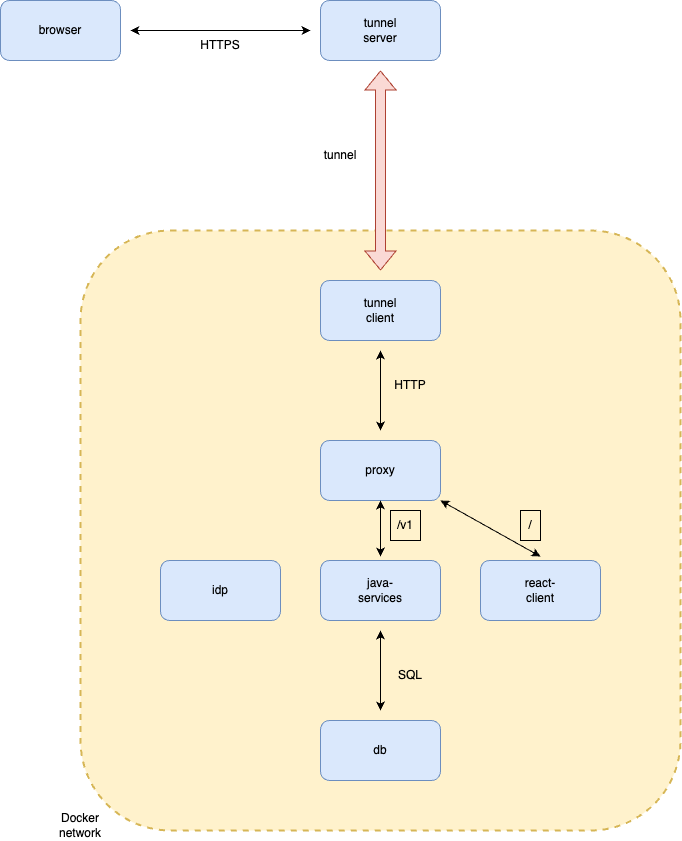
This is deploy/passkey-workshop.png from YubicoLabs/passkey-workshop, a draw.io export, as it was before one commit. Source tidied: cells renumbered, new cells last; positions are measured from the earlier drawing's top-left corner, leaving out a move shared by most shapes. Source of this version:
```xml
<mxGraphModel>
  <root>
    <mxCell id="0" />
    <mxCell id="1" parent="0" />
    <mxCell id="2" style="rounded=1;whiteSpace=wrap;html=1;fillColor=#fff2cc;direction=east;glass=0;shadow=0;dashed=1;strokeWidth=2;strokeColor=#d6b656;" parent="1" vertex="1">
      <mxGeometry x="80" y="230" width="600" height="600" as="geometry" />
    </mxCell>
    <mxCell id="3" style="rounded=1;whiteSpace=wrap;html=1;fillColor=#dae8fc;strokeColor=#6c8ebf;" parent="1" vertex="1">
      <mxGeometry x="160" y="560" width="120" height="60" as="geometry" />
    </mxCell>
    <mxCell id="4" value="idp" style="text;html=1;strokeColor=none;fillColor=none;align=center;verticalAlign=middle;whiteSpace=wrap;rounded=0;" parent="1" vertex="1">
      <mxGeometry x="190" y="575" width="60" height="30" as="geometry" />
    </mxCell>
    <mxCell id="5" style="rounded=1;whiteSpace=wrap;html=1;fillColor=#dae8fc;strokeColor=#6c8ebf;" parent="1" vertex="1">
      <mxGeometry x="320" y="560" width="120" height="60" as="geometry" />
    </mxCell>
    <mxCell id="6" value="java-services" style="text;html=1;strokeColor=none;fillColor=none;align=center;verticalAlign=middle;whiteSpace=wrap;rounded=0;" parent="1" vertex="1">
      <mxGeometry x="350" y="575" width="60" height="30" as="geometry" />
    </mxCell>
    <mxCell id="7" style="rounded=1;whiteSpace=wrap;html=1;fillColor=#dae8fc;strokeColor=#6c8ebf;" parent="1" vertex="1">
      <mxGeometry x="320" y="440" width="120" height="60" as="geometry" />
    </mxCell>
    <mxCell id="8" value="proxy" style="text;html=1;strokeColor=none;fillColor=none;align=center;verticalAlign=middle;whiteSpace=wrap;rounded=0;" parent="1" vertex="1">
      <mxGeometry x="350" y="455" width="60" height="30" as="geometry" />
    </mxCell>
    <mxCell id="9" style="rounded=1;whiteSpace=wrap;html=1;fillColor=#dae8fc;strokeColor=#6c8ebf;" parent="1" vertex="1">
      <mxGeometry x="320" y="280" width="120" height="60" as="geometry" />
    </mxCell>
    <mxCell id="10" value="tunnel client" style="text;html=1;strokeColor=none;fillColor=none;align=center;verticalAlign=middle;whiteSpace=wrap;rounded=0;" parent="1" vertex="1">
      <mxGeometry x="350" y="295" width="60" height="30" as="geometry" />
    </mxCell>
    <mxCell id="11" style="rounded=1;whiteSpace=wrap;html=1;fillColor=#dae8fc;strokeColor=#6c8ebf;" parent="1" vertex="1">
      <mxGeometry x="320" width="120" height="60" as="geometry" />
    </mxCell>
    <mxCell id="12" value="tunnel server" style="text;html=1;strokeColor=none;fillColor=none;align=center;verticalAlign=middle;whiteSpace=wrap;rounded=0;" parent="1" vertex="1">
      <mxGeometry x="350" y="15" width="60" height="30" as="geometry" />
    </mxCell>
    <mxCell id="13" style="rounded=1;whiteSpace=wrap;html=1;fillColor=#dae8fc;strokeColor=#6c8ebf;" parent="1" vertex="1">
      <mxGeometry width="120" height="60" as="geometry" />
    </mxCell>
    <mxCell id="14" value="browser" style="text;html=1;strokeColor=none;fillColor=none;align=center;verticalAlign=middle;whiteSpace=wrap;rounded=0;" parent="1" vertex="1">
      <mxGeometry x="30" y="15" width="60" height="30" as="geometry" />
    </mxCell>
    <mxCell id="15" style="endArrow=classic;startArrow=classic;html=1;rounded=0;" parent="1" edge="1">
      <mxGeometry relative="1" as="geometry">
        <mxPoint x="310" y="30" as="sourcePoint" />
        <mxPoint x="130" y="30" as="targetPoint" />
      </mxGeometry>
    </mxCell>
    <mxCell id="16" value="HTTPS" style="text;html=1;strokeColor=none;fillColor=none;align=center;verticalAlign=middle;whiteSpace=wrap;rounded=0;" parent="1" vertex="1">
      <mxGeometry x="190" y="30" width="60" height="30" as="geometry" />
    </mxCell>
    <mxCell id="17" style="shape=flexArrow;endArrow=classic;startArrow=classic;html=1;rounded=0;fillColor=#fad9d5;strokeColor=#ae4132;" parent="1" edge="1">
      <mxGeometry relative="1" as="geometry">
        <mxPoint x="380" y="270" as="sourcePoint" />
        <mxPoint x="380" y="70" as="targetPoint" />
      </mxGeometry>
    </mxCell>
    <mxCell id="18" style="endArrow=classic;startArrow=classic;html=1;rounded=0;" parent="1" edge="1">
      <mxGeometry relative="1" as="geometry">
        <mxPoint x="380" y="350" as="sourcePoint" />
        <mxPoint x="380" y="430" as="targetPoint" />
      </mxGeometry>
    </mxCell>
    <mxCell id="19" value="HTTP" style="text;html=1;strokeColor=none;fillColor=none;align=center;verticalAlign=middle;whiteSpace=wrap;rounded=0;" parent="1" vertex="1">
      <mxGeometry x="380" y="370" width="60" height="30" as="geometry" />
    </mxCell>
    <mxCell id="20" value="tunnel" style="text;html=1;strokeColor=none;fillColor=none;align=center;verticalAlign=middle;whiteSpace=wrap;rounded=0;" parent="1" vertex="1">
      <mxGeometry x="310" y="140" width="60" height="30" as="geometry" />
    </mxCell>
    <mxCell id="21" value="/v1" style="text;html=1;align=center;verticalAlign=middle;whiteSpace=wrap;rounded=0;strokeColor=default;" parent="1" vertex="1">
      <mxGeometry x="390" y="510" width="30" height="30" as="geometry" />
    </mxCell>
    <mxCell id="22" style="rounded=1;whiteSpace=wrap;html=1;fillColor=#dae8fc;strokeColor=#6c8ebf;" parent="1" vertex="1">
      <mxGeometry x="320" y="720" width="120" height="60" as="geometry" />
    </mxCell>
    <mxCell id="23" value="db" style="text;html=1;strokeColor=none;fillColor=none;align=center;verticalAlign=middle;whiteSpace=wrap;rounded=0;" parent="1" vertex="1">
      <mxGeometry x="350" y="735" width="60" height="30" as="geometry" />
    </mxCell>
    <mxCell id="24" style="endArrow=classic;startArrow=classic;html=1;rounded=0;" parent="1" edge="1">
      <mxGeometry relative="1" as="geometry">
        <mxPoint x="380" y="630" as="sourcePoint" />
        <mxPoint x="380" y="710" as="targetPoint" />
      </mxGeometry>
    </mxCell>
    <mxCell id="25" value="SQL" style="text;html=1;strokeColor=none;fillColor=none;align=center;verticalAlign=middle;whiteSpace=wrap;rounded=0;" parent="1" vertex="1">
      <mxGeometry x="380" y="660" width="60" height="30" as="geometry" />
    </mxCell>
    <mxCell id="26" style="rounded=1;whiteSpace=wrap;html=1;fillColor=#dae8fc;strokeColor=#6c8ebf;" parent="1" vertex="1">
      <mxGeometry x="480" y="560" width="120" height="60" as="geometry" />
    </mxCell>
    <mxCell id="27" value="react-client" style="text;html=1;strokeColor=none;fillColor=none;align=center;verticalAlign=middle;whiteSpace=wrap;rounded=0;" parent="1" vertex="1">
      <mxGeometry x="510" y="575" width="60" height="30" as="geometry" />
    </mxCell>
    <mxCell id="28" value="/" style="text;html=1;align=center;verticalAlign=middle;whiteSpace=wrap;rounded=0;strokeColor=default;" parent="1" vertex="1">
      <mxGeometry x="520" y="510" width="20" height="30" as="geometry" />
    </mxCell>
    <mxCell id="29" value="Docker network" style="text;html=1;strokeColor=none;fillColor=none;align=center;verticalAlign=middle;whiteSpace=wrap;rounded=0;" parent="1" vertex="1">
      <mxGeometry x="50" y="810" width="60" height="30" as="geometry" />
    </mxCell>
    <mxCell id="30" style="endArrow=classic;startArrow=classic;html=1;rounded=0;exitX=0.5;exitY=1;exitDx=0;exitDy=0;" parent="1" edge="1" source="7">
      <mxGeometry relative="1" as="geometry">
        <mxPoint x="380" y="556" as="targetPoint" />
      </mxGeometry>
    </mxCell>
    <mxCell id="31" style="endArrow=classic;startArrow=classic;html=1;rounded=0;exitX=1;exitY=1;exitDx=0;exitDy=0;" parent="1" edge="1" source="7">
      <mxGeometry relative="1" as="geometry">
        <mxPoint x="540" y="556" as="targetPoint" />
      </mxGeometry>
    </mxCell>
  </root>
</mxGraphModel>
```
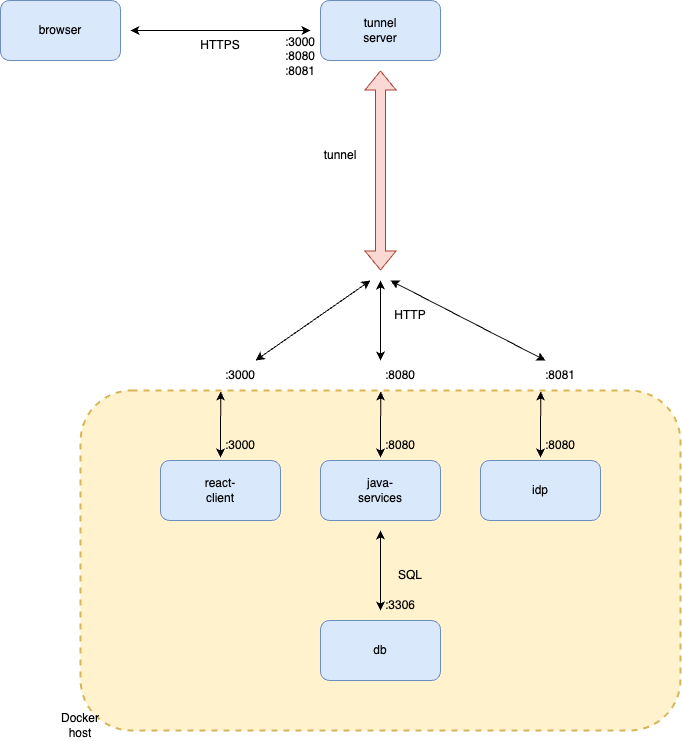
Later version of the same file.

Diff of the diagram source:
```diff
@@ -3,12 +3,12 @@
     <mxCell id="0" />
     <mxCell id="1" parent="0" />
     <mxCell id="2" style="rounded=1;whiteSpace=wrap;html=1;fillColor=#fff2cc;direction=east;glass=0;shadow=0;dashed=1;strokeWidth=2;strokeColor=#d6b656;" parent="1" vertex="1">
-      <mxGeometry x="80" y="230" width="600" height="600" as="geometry" />
+      <mxGeometry x="80" y="490" width="600" height="340" as="geometry" />
     </mxCell>
     <mxCell id="3" style="rounded=1;whiteSpace=wrap;html=1;fillColor=#dae8fc;strokeColor=#6c8ebf;" parent="1" vertex="1">
       <mxGeometry x="160" y="560" width="120" height="60" as="geometry" />
     </mxCell>
-    <mxCell id="4" value="idp" style="text;html=1;strokeColor=none;fillColor=none;align=center;verticalAlign=middle;whiteSpace=wrap;rounded=0;" parent="1" vertex="1">
+    <mxCell id="4" value="react-client" style="text;html=1;strokeColor=none;fillColor=none;align=center;verticalAlign=middle;whiteSpace=wrap;rounded=0;" parent="1" vertex="1">
       <mxGeometry x="190" y="575" width="60" height="30" as="geometry" />
     </mxCell>
     <mxCell id="5" style="rounded=1;whiteSpace=wrap;html=1;fillColor=#dae8fc;strokeColor=#6c8ebf;" parent="1" vertex="1">
@@ -17,60 +17,45 @@
     <mxCell id="6" value="java-services" style="text;html=1;strokeColor=none;fillColor=none;align=center;verticalAlign=middle;whiteSpace=wrap;rounded=0;" parent="1" vertex="1">
       <mxGeometry x="350" y="575" width="60" height="30" as="geometry" />
     </mxCell>
-    <mxCell id="7" style="rounded=1;whiteSpace=wrap;html=1;fillColor=#dae8fc;strokeColor=#6c8ebf;" parent="1" vertex="1">
-      <mxGeometry x="320" y="440" width="120" height="60" as="geometry" />
-    </mxCell>
-    <mxCell id="8" value="proxy" style="text;html=1;strokeColor=none;fillColor=none;align=center;verticalAlign=middle;whiteSpace=wrap;rounded=0;" parent="1" vertex="1">
-      <mxGeometry x="350" y="455" width="60" height="30" as="geometry" />
-    </mxCell>
-    <mxCell id="9" style="rounded=1;whiteSpace=wrap;html=1;fillColor=#dae8fc;strokeColor=#6c8ebf;" parent="1" vertex="1">
-      <mxGeometry x="320" y="280" width="120" height="60" as="geometry" />
-    </mxCell>
-    <mxCell id="10" value="tunnel client" style="text;html=1;strokeColor=none;fillColor=none;align=center;verticalAlign=middle;whiteSpace=wrap;rounded=0;" parent="1" vertex="1">
-      <mxGeometry x="350" y="295" width="60" height="30" as="geometry" />
-    </mxCell>
     <mxCell id="11" style="rounded=1;whiteSpace=wrap;html=1;fillColor=#dae8fc;strokeColor=#6c8ebf;" parent="1" vertex="1">
-      <mxGeometry x="320" width="120" height="60" as="geometry" />
+      <mxGeometry x="320" y="100" width="120" height="60" as="geometry" />
     </mxCell>
     <mxCell id="12" value="tunnel server" style="text;html=1;strokeColor=none;fillColor=none;align=center;verticalAlign=middle;whiteSpace=wrap;rounded=0;" parent="1" vertex="1">
-      <mxGeometry x="350" y="15" width="60" height="30" as="geometry" />
+      <mxGeometry x="350" y="115" width="60" height="30" as="geometry" />
     </mxCell>
     <mxCell id="13" style="rounded=1;whiteSpace=wrap;html=1;fillColor=#dae8fc;strokeColor=#6c8ebf;" parent="1" vertex="1">
-      <mxGeometry width="120" height="60" as="geometry" />
+      <mxGeometry y="100" width="120" height="60" as="geometry" />
     </mxCell>
     <mxCell id="14" value="browser" style="text;html=1;strokeColor=none;fillColor=none;align=center;verticalAlign=middle;whiteSpace=wrap;rounded=0;" parent="1" vertex="1">
-      <mxGeometry x="30" y="15" width="60" height="30" as="geometry" />
+      <mxGeometry x="30" y="115" width="60" height="30" as="geometry" />
     </mxCell>
     <mxCell id="15" style="endArrow=classic;startArrow=classic;html=1;rounded=0;" parent="1" edge="1">
       <mxGeometry relative="1" as="geometry">
-        <mxPoint x="310" y="30" as="sourcePoint" />
-        <mxPoint x="130" y="30" as="targetPoint" />
+        <mxPoint x="310" y="130" as="sourcePoint" />
+        <mxPoint x="130" y="130" as="targetPoint" />
       </mxGeometry>
     </mxCell>
     <mxCell id="16" value="HTTPS" style="text;html=1;strokeColor=none;fillColor=none;align=center;verticalAlign=middle;whiteSpace=wrap;rounded=0;" parent="1" vertex="1">
-      <mxGeometry x="190" y="30" width="60" height="30" as="geometry" />
+      <mxGeometry x="190" y="130" width="60" height="30" as="geometry" />
     </mxCell>
     <mxCell id="17" style="shape=flexArrow;endArrow=classic;startArrow=classic;html=1;rounded=0;fillColor=#fad9d5;strokeColor=#ae4132;" parent="1" edge="1">
       <mxGeometry relative="1" as="geometry">
-        <mxPoint x="380" y="270" as="sourcePoint" />
-        <mxPoint x="380" y="70" as="targetPoint" />
+        <mxPoint x="380" y="370" as="sourcePoint" />
+        <mxPoint x="380" y="170" as="targetPoint" />
       </mxGeometry>
     </mxCell>
     <mxCell id="18" style="endArrow=classic;startArrow=classic;html=1;rounded=0;" parent="1" edge="1">
       <mxGeometry relative="1" as="geometry">
-        <mxPoint x="380" y="350" as="sourcePoint" />
-        <mxPoint x="380" y="430" as="targetPoint" />
+        <mxPoint x="380" y="380" as="sourcePoint" />
+        <mxPoint x="380" y="460" as="targetPoint" />
       </mxGeometry>
     </mxCell>
     <mxCell id="19" value="HTTP" style="text;html=1;strokeColor=none;fillColor=none;align=center;verticalAlign=middle;whiteSpace=wrap;rounded=0;" parent="1" vertex="1">
-      <mxGeometry x="380" y="370" width="60" height="30" as="geometry" />
+      <mxGeometry x="380" y="400" width="60" height="30" as="geometry" />
     </mxCell>
     <mxCell id="20" value="tunnel" style="text;html=1;strokeColor=none;fillColor=none;align=center;verticalAlign=middle;whiteSpace=wrap;rounded=0;" parent="1" vertex="1">
-      <mxGeometry x="310" y="140" width="60" height="30" as="geometry" />
+      <mxGeometry x="310" y="240" width="60" height="30" as="geometry" />
     </mxCell>
-    <mxCell id="21" value="/v1" style="text;html=1;align=center;verticalAlign=middle;whiteSpace=wrap;rounded=0;strokeColor=default;" parent="1" vertex="1">
-      <mxGeometry x="390" y="510" width="30" height="30" as="geometry" />
-    </mxCell>
     <mxCell id="22" style="rounded=1;whiteSpace=wrap;html=1;fillColor=#dae8fc;strokeColor=#6c8ebf;" parent="1" vertex="1">
       <mxGeometry x="320" y="720" width="120" height="60" as="geometry" />
     </mxCell>
@@ -89,24 +74,63 @@
     <mxCell id="26" style="rounded=1;whiteSpace=wrap;html=1;fillColor=#dae8fc;strokeColor=#6c8ebf;" parent="1" vertex="1">
       <mxGeometry x="480" y="560" width="120" height="60" as="geometry" />
     </mxCell>
-    <mxCell id="27" value="react-client" style="text;html=1;strokeColor=none;fillColor=none;align=center;verticalAlign=middle;whiteSpace=wrap;rounded=0;" parent="1" vertex="1">
+    <mxCell id="27" value="idp" style="text;html=1;strokeColor=none;fillColor=none;align=center;verticalAlign=middle;whiteSpace=wrap;rounded=0;" parent="1" vertex="1">
       <mxGeometry x="510" y="575" width="60" height="30" as="geometry" />
     </mxCell>
-    <mxCell id="28" value="/" style="text;html=1;align=center;verticalAlign=middle;whiteSpace=wrap;rounded=0;strokeColor=default;" parent="1" vertex="1">
-      <mxGeometry x="520" y="510" width="20" height="30" as="geometry" />
-    </mxCell>
-    <mxCell id="29" value="Docker network" style="text;html=1;strokeColor=none;fillColor=none;align=center;verticalAlign=middle;whiteSpace=wrap;rounded=0;" parent="1" vertex="1">
+    <mxCell id="29" value="Docker host" style="text;html=1;strokeColor=none;fillColor=none;align=center;verticalAlign=middle;whiteSpace=wrap;rounded=0;" parent="1" vertex="1">
       <mxGeometry x="50" y="810" width="60" height="30" as="geometry" />
     </mxCell>
-    <mxCell id="30" style="endArrow=classic;startArrow=classic;html=1;rounded=0;exitX=0.5;exitY=1;exitDx=0;exitDy=0;" parent="1" edge="1" source="7">
-      <mxGeometry relative="1" as="geometry">
-        <mxPoint x="380" y="556" as="targetPoint" />
-      </mxGeometry>
-    </mxCell>
-    <mxCell id="31" style="endArrow=classic;startArrow=classic;html=1;rounded=0;exitX=1;exitY=1;exitDx=0;exitDy=0;" parent="1" edge="1" source="7">
+    <mxCell id="31" style="endArrow=classic;startArrow=classic;html=1;rounded=0;exitX=0.767;exitY=0;exitDx=0;exitDy=0;exitPerimeter=0;" parent="1" edge="1">
       <mxGeometry relative="1" as="geometry">
-        <mxPoint x="540" y="556" as="targetPoint" />
+        <mxPoint x="540.2" y="491" as="sourcePoint" />
+        <mxPoint x="540" y="557" as="targetPoint" />
       </mxGeometry>
     </mxCell>
+    <mxCell id="32" style="endArrow=classic;startArrow=classic;html=1;rounded=0;exitX=0.767;exitY=0;exitDx=0;exitDy=0;exitPerimeter=0;" parent="1" edge="1">
+      <mxGeometry relative="1" as="geometry">
+        <mxPoint x="380.2" y="491" as="sourcePoint" />
+        <mxPoint x="380" y="557" as="targetPoint" />
+      </mxGeometry>
+    </mxCell>
+    <mxCell id="33" style="endArrow=classic;startArrow=classic;html=1;rounded=0;exitX=0.767;exitY=0;exitDx=0;exitDy=0;exitPerimeter=0;" parent="1" edge="1">
+      <mxGeometry relative="1" as="geometry">
+        <mxPoint x="220.2" y="491" as="sourcePoint" />
+        <mxPoint x="220" y="557" as="targetPoint" />
+      </mxGeometry>
+    </mxCell>
+    <mxCell id="34" value=":3000" style="text;html=1;strokeColor=none;fillColor=none;align=center;verticalAlign=middle;whiteSpace=wrap;rounded=0;" parent="1" vertex="1">
+      <mxGeometry x="210" y="460" width="60" height="30" as="geometry" />
+    </mxCell>
+    <mxCell id="35" value=":8080" style="text;html=1;strokeColor=none;fillColor=none;align=center;verticalAlign=middle;whiteSpace=wrap;rounded=0;" parent="1" vertex="1">
+      <mxGeometry x="370" y="460" width="60" height="30" as="geometry" />
+    </mxCell>
+    <mxCell id="36" value=":8081" style="text;html=1;strokeColor=none;fillColor=none;align=center;verticalAlign=middle;whiteSpace=wrap;rounded=0;" parent="1" vertex="1">
+      <mxGeometry x="530" y="460" width="60" height="30" as="geometry" />
+    </mxCell>
+    <mxCell id="37" value=":3000" style="text;html=1;strokeColor=none;fillColor=none;align=center;verticalAlign=middle;whiteSpace=wrap;rounded=0;" parent="1" vertex="1">
+      <mxGeometry x="210" y="530" width="60" height="30" as="geometry" />
+    </mxCell>
+    <mxCell id="38" value=":8080" style="text;html=1;strokeColor=none;fillColor=none;align=center;verticalAlign=middle;whiteSpace=wrap;rounded=0;" parent="1" vertex="1">
+      <mxGeometry x="370" y="530" width="60" height="30" as="geometry" />
+    </mxCell>
+    <mxCell id="39" value=":8080" style="text;html=1;strokeColor=none;fillColor=none;align=center;verticalAlign=middle;whiteSpace=wrap;rounded=0;" parent="1" vertex="1">
+      <mxGeometry x="530" y="530" width="60" height="30" as="geometry" />
+    </mxCell>
+    <mxCell id="40" value=":3306" style="text;html=1;strokeColor=none;fillColor=none;align=center;verticalAlign=middle;whiteSpace=wrap;rounded=0;" parent="1" vertex="1">
+      <mxGeometry x="370" y="690" width="60" height="30" as="geometry" />
+    </mxCell>
+    <mxCell id="41" style="endArrow=classic;startArrow=classic;html=1;rounded=0;entryX=0.25;entryY=0;entryDx=0;entryDy=0;" parent="1" edge="1" target="36">
+      <mxGeometry relative="1" as="geometry">
+        <mxPoint x="390" y="380" as="sourcePoint" />
+      </mxGeometry>
+    </mxCell>
+    <mxCell id="42" style="endArrow=classic;startArrow=classic;html=1;rounded=0;entryX=0.75;entryY=0;entryDx=0;entryDy=0;" parent="1" edge="1" target="34">
+      <mxGeometry relative="1" as="geometry">
+        <mxPoint x="370" y="380" as="sourcePoint" />
+      </mxGeometry>
+    </mxCell>
+    <mxCell id="43" value=":3000&lt;br&gt;:8080&lt;br&gt;:8081" style="text;html=1;strokeColor=none;fillColor=none;align=center;verticalAlign=middle;whiteSpace=wrap;rounded=0;" parent="1" vertex="1">
+      <mxGeometry x="270" y="141" width="60" height="30" as="geometry" />
+    </mxCell>
   </root>
 </mxGraphModel>
```
